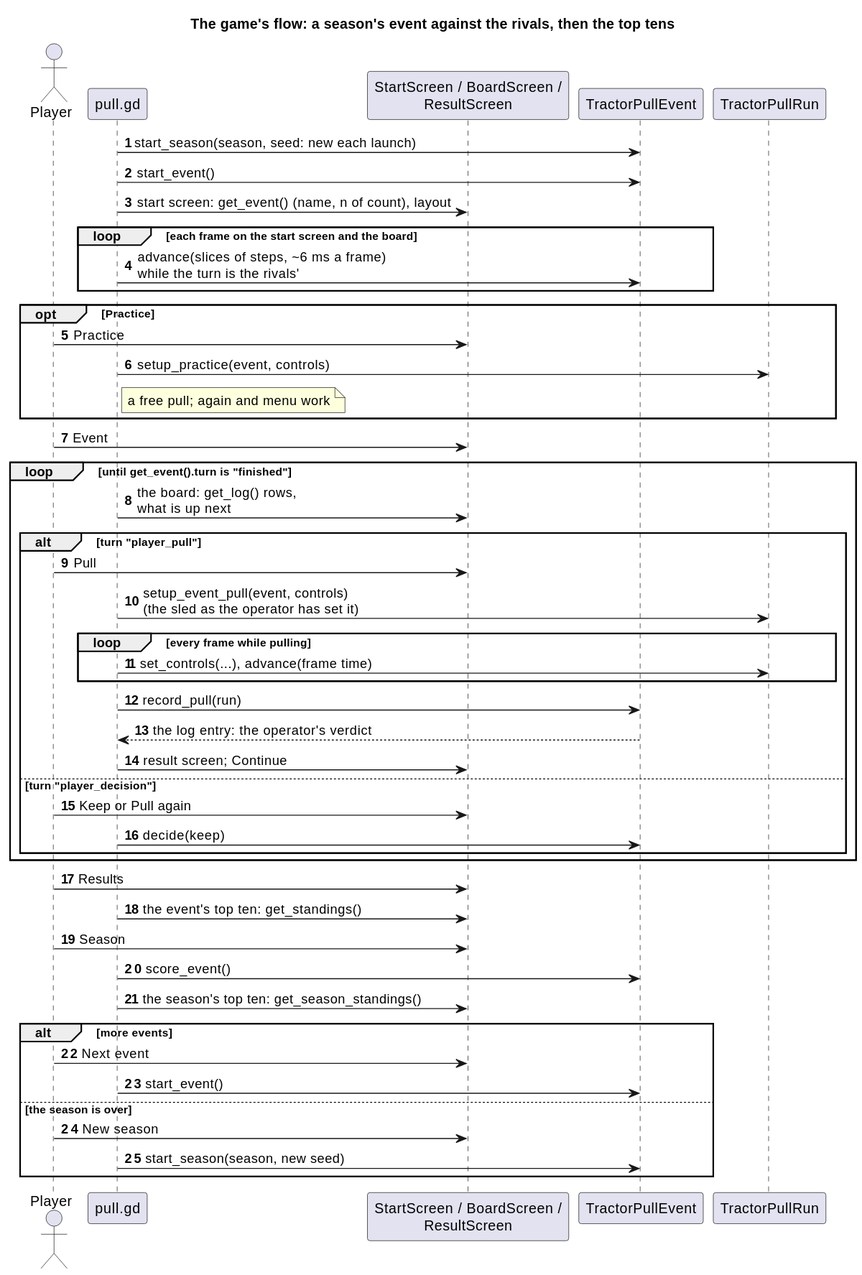
Before: docs/diagrams/svg/godot_run_flow_sequence.svg, a diagram exported from PlantUML (wversteeg/TractorPulling).
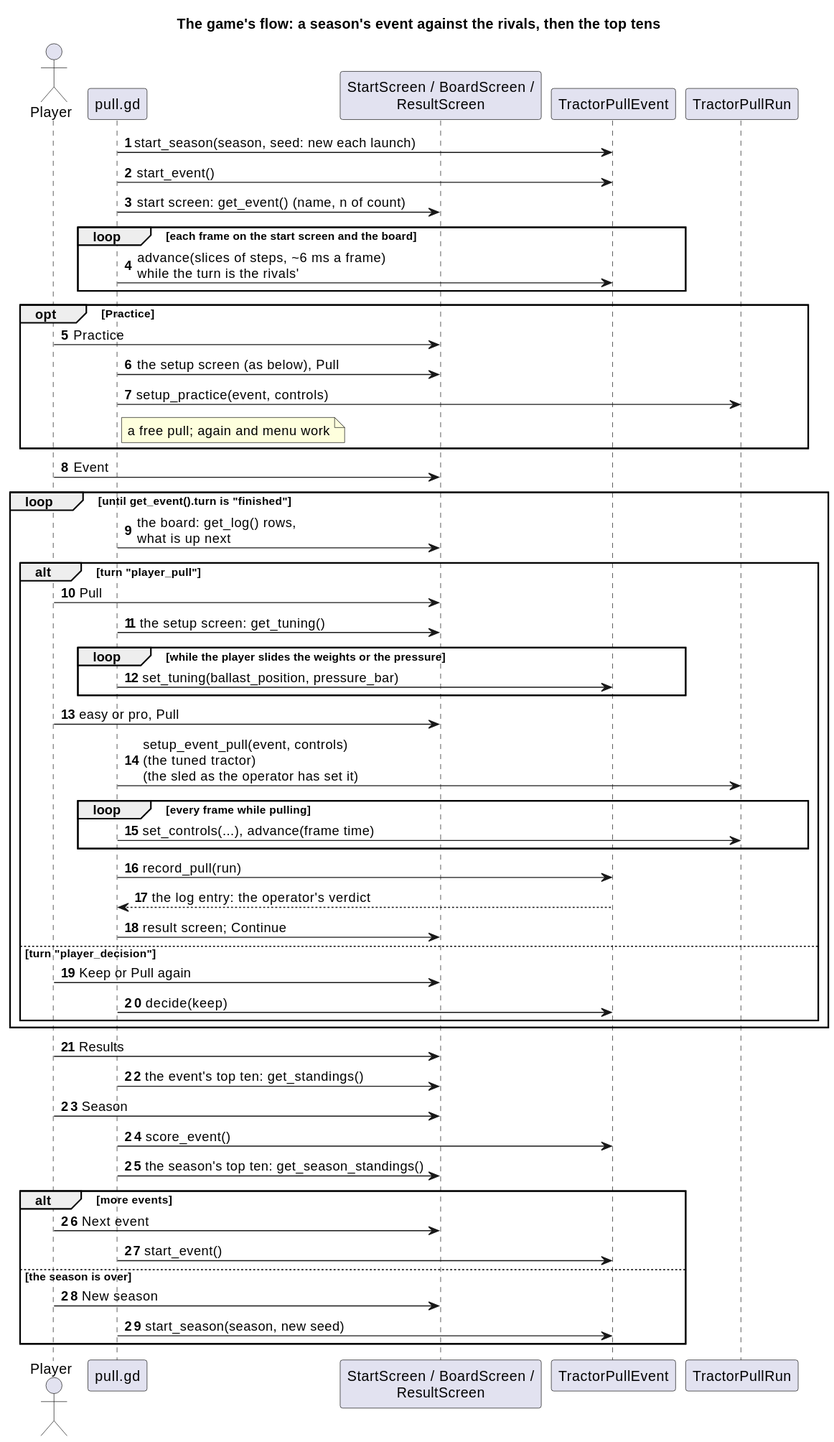
The same diagram one commit later.

The edit, as a diff of the source:
```diff
@@ -9,12 +9,13 @@
 
 Pull -> Event : start_season(season, seed: new each launch)
 Pull -> Event : start_event()
-Pull -> Screens : start screen: get_event() (name, n of count), layout
+Pull -> Screens : start screen: get_event() (name, n of count)
 loop each frame on the start screen and the board
   Pull -> Event : advance(slices of steps, ~6 ms a frame)\nwhile the turn is the rivals'
 end
 opt Practice
   Player -> Screens : Practice
+  Pull -> Screens : the setup screen (as below), Pull
   Pull -> Run : setup_practice(event, controls)
   note right of Pull : a free pull; again and menu work
 end
@@ -23,7 +24,12 @@
   Pull -> Screens : the board: get_log() rows,\nwhat is up next
   alt turn "player_pull"
     Player -> Screens : Pull
-    Pull -> Run : setup_event_pull(event, controls)\n(the sled as the operator has set it)
+    Pull -> Screens : the setup screen: get_tuning()
+    loop while the player slides the weights or the pressure
+      Pull -> Event : set_tuning(ballast_position, pressure_bar)
+    end
+    Player -> Screens : easy or pro, Pull
+    Pull -> Run : setup_event_pull(event, controls)\n(the tuned tractor)\n(the sled as the operator has set it)
     loop every frame while pulling
       Pull -> Run : set_controls(...), advance(frame time)
     end
```
